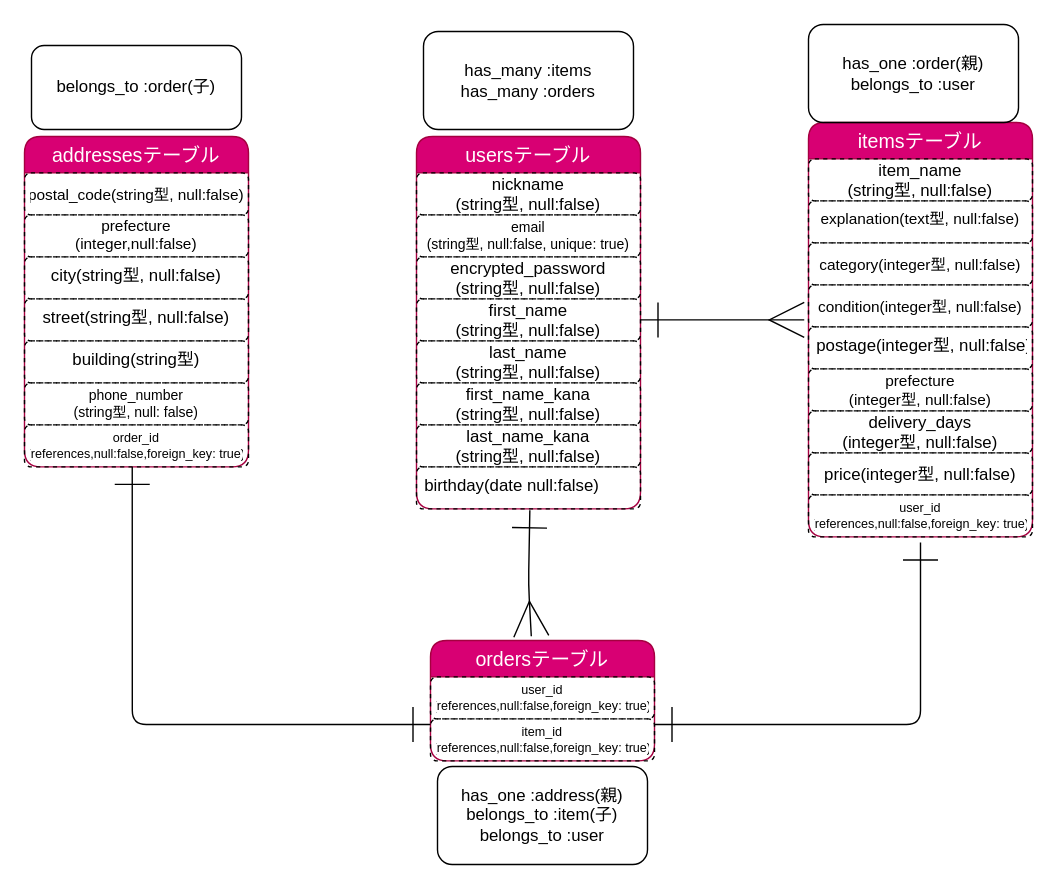
Above: test.dio in kepooooo22/furima-40361 (draw.io), before the change. Source tidied: cells renumbered, new cells numbered last; positions are measured from the earlier drawing's top-left corner, leaving out a move shared by most shapes. Both pictures are drawn from the tidied source at 140%, with x=0, y=0 at pixel (24, 24).
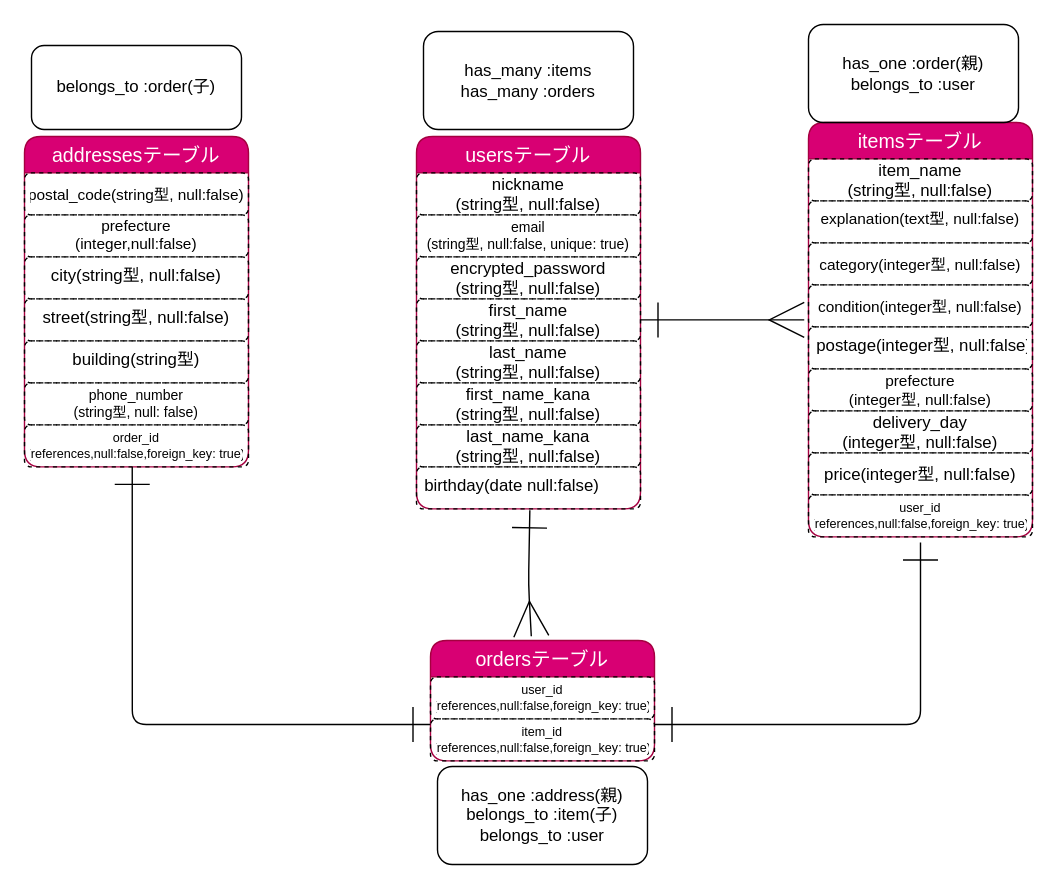
The same page after the edit.

Commit message (it also covers changes not shown here):
データベース修正２

delivery_daysからdelivery_dayに修正

Unchanged cells that the change refers to:
```xml
<mxCell id="14" value="itemsテーブル" style="swimlane;fontStyle=0;horizontal=1;startSize=26;align=center;fontSize=14;rounded=1;fillColor=#d80073;fontColor=#ffffff;strokeColor=#A50040;" parent="1" vertex="1">
  <mxGeometry x="560" y="70" width="160" height="296" as="geometry" />
</mxCell>
```

What changed in the source:
```diff
@@
-    <mxCell id="21" value="delivery_days&#10;(integer型, null:false)" style="text;strokeColor=default;fillColor=none;spacingLeft=4;spacingRight=4;overflow=hidden;fontSize=12;rounded=1;dashed=1;align=center;verticalAlign=middle;" parent="14" vertex="1">
+    <mxCell id="21" value="delivery_day&#10;(integer型, null:false)" style="text;strokeColor=default;fillColor=none;spacingLeft=4;spacingRight=4;overflow=hidden;fontSize=12;rounded=1;dashed=1;align=center;verticalAlign=middle;" parent="14" vertex="1">
       <mxGeometry y="206" width="160" height="30" as="geometry" />
     </mxCell>
```
